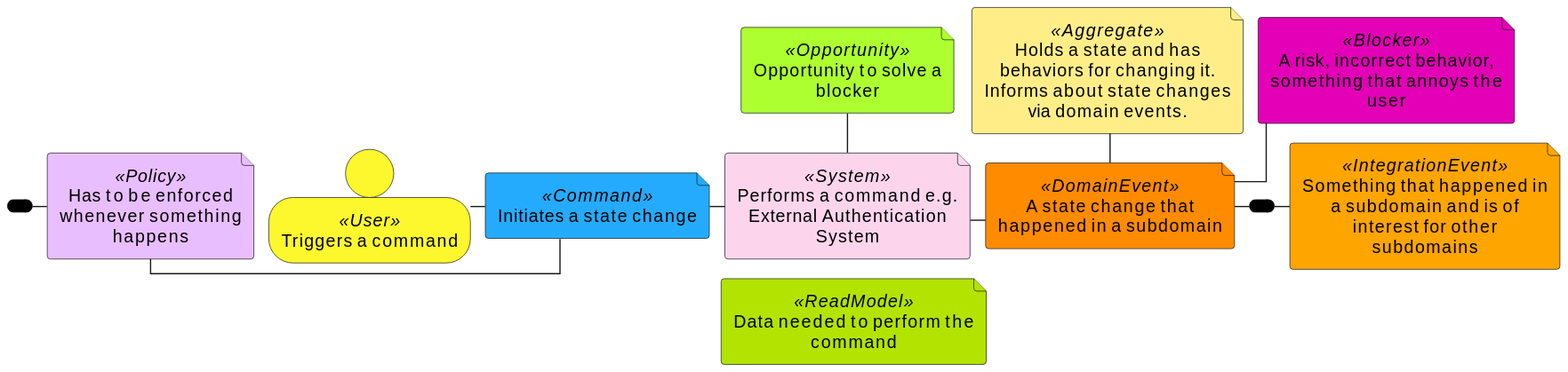
Before: examples/out/AllStickies.svg, a diagram exported from PlantUML (dreamsinbits/event-storming-puml).
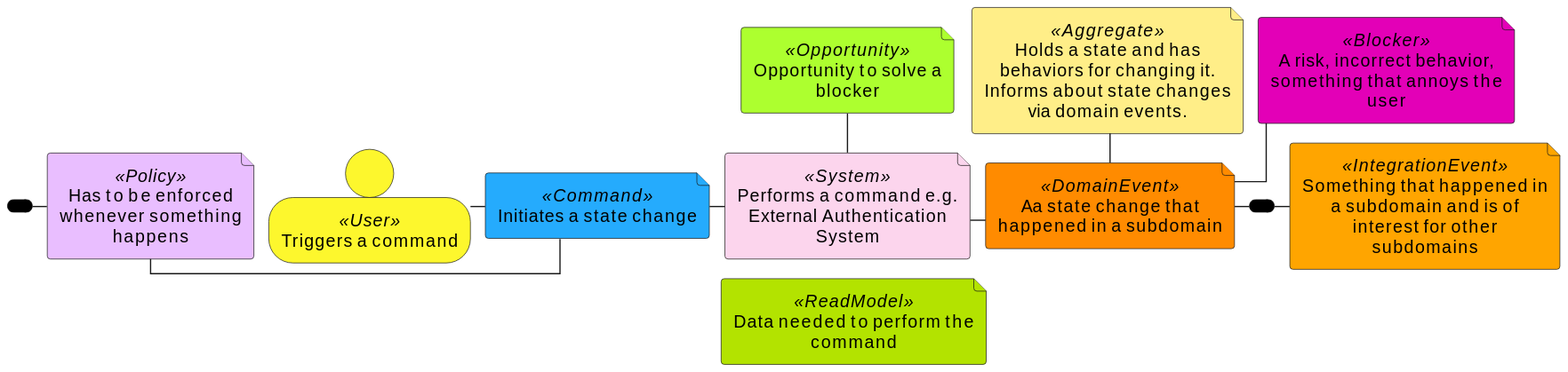
After the change.

Commit message:
Generated SVG images for PlantUML diagrams

What changed in the source:
```diff
@@ -1,7 +1,7 @@
 @startuml
 !include ../src/EventStorming.iuml
 
-DomainEvent('A state change that happened in a subdomain', SomethingHappened, $Command('Initiates a state change'), $Aggregate('Holds a state and has behaviors for changing it. Informs about state changes via domain events.'), $Policy('Has to be enforced whenever something happens'), $System('Performs a command e.g. External Authentication System'), $User('Triggers a command'), $ReadModel('Data needed to perform the command'))
+DomainEvent('Aa state change that happened in a subdomain', SomethingHappened, $Command('Initiates a state change'), $Aggregate('Holds a state and has behaviors for changing it. Informs about state changes via domain events.'), $Policy('Has to be enforced whenever something happens'), $System('Performs a command e.g. External Authentication System'), $User('Triggers a command'), $ReadModel('Data needed to perform the command'))
 IntegrationEvent('Something that happened in a subdomain and is of interest for other subdomains', SomethingElseHappened)
 Blocker('A risk, incorrect behavior, something that annoys the user', ABlocker)
 Opportunity('Opportunity to solve a blocker', AnOpportunity)
```
